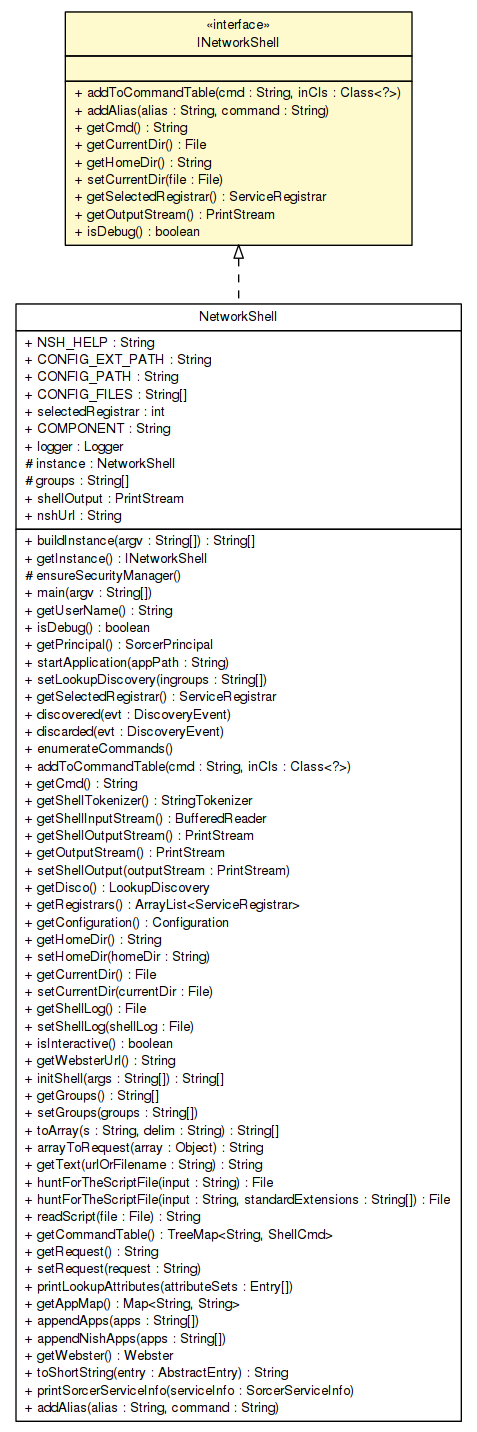
This is apidocs/sorcer/tools/shell/INetworkShell.png from sorcersoft/sorcersoft.github.io, a Graphviz export, as it was before one commit. Its source is kept beside it as apidocs/sorcer/tools/shell/INetworkShell.dot.
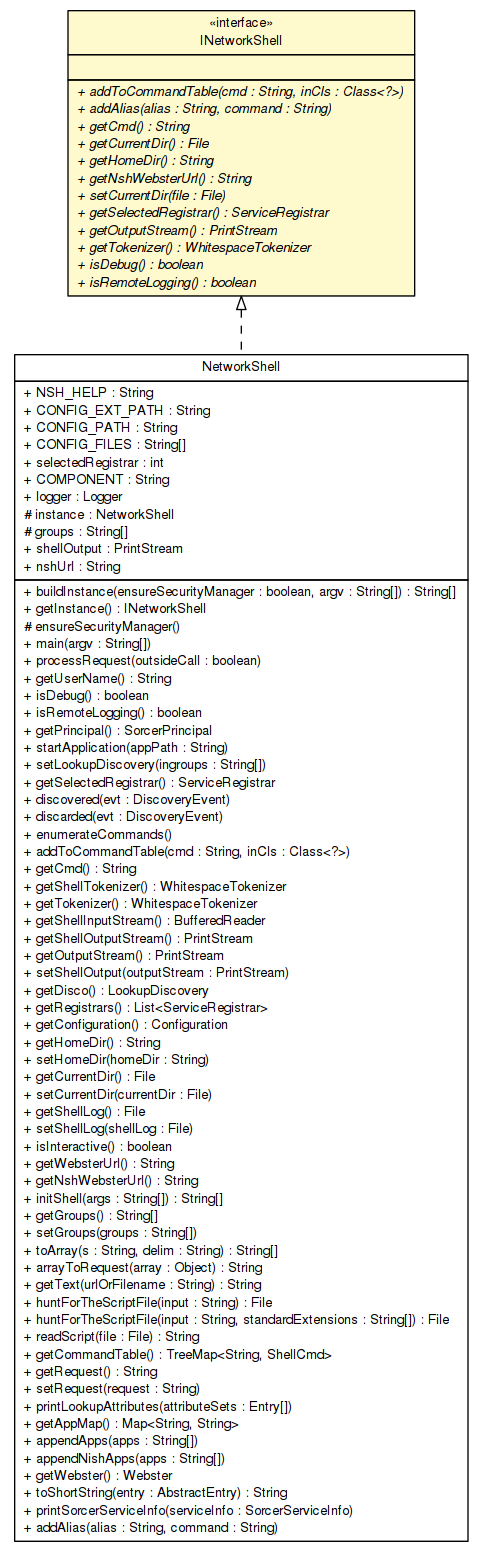
Later version of the same file.

Change to the diagram source:
```diff
@@ -4,7 +4,7 @@
 	node [fontname="Helvetica",fontsize=10,shape=plaintext];
 	nodesep=0.25;
 	ranksep=0.5;
-	c268089 [label=<<table title="sorcer.tools.shell.NetworkShell" border="0" cellborder="1" cellspacing="0" cellpadding="2" port="p" href="./NetworkShell.html">
+	c282942 [label=<<table title="sorcer.tools.shell.NetworkShell" border="0" cellborder="1" cellspacing="0" cellpadding="2" port="p" href="./NetworkShell.html">
 		<tr><td><table border="0" cellspacing="0" cellpadding="1">
 <tr><td align="center" balign="center"> NetworkShell </td></tr>
 		</table></td></tr>
@@ -22,12 +22,14 @@
 <tr><td align="left" balign="left"> + nshUrl : String </td></tr>
 		</table></td></tr>
 		<tr><td><table border="0" cellspacing="0" cellpadding="1">
-<tr><td align="left" balign="left"> + buildInstance(argv : String[]) : String[] </td></tr>
+<tr><td align="left" balign="left"> + buildInstance(ensureSecurityManager : boolean, argv : String[]) : String[] </td></tr>
 <tr><td align="left" balign="left"> + getInstance() : INetworkShell </td></tr>
 <tr><td align="left" balign="left"> # ensureSecurityManager() </td></tr>
 <tr><td align="left" balign="left"> + main(argv : String[]) </td></tr>
+<tr><td align="left" balign="left"> + processRequest(outsideCall : boolean) </td></tr>
 <tr><td align="left" balign="left"> + getUserName() : String </td></tr>
 <tr><td align="left" balign="left"> + isDebug() : boolean </td></tr>
+<tr><td align="left" balign="left"> + isRemoteLogging() : boolean </td></tr>
 <tr><td align="left" balign="left"> + getPrincipal() : SorcerPrincipal </td></tr>
 <tr><td align="left" balign="left"> + startApplication(appPath : String) </td></tr>
 <tr><td align="left" balign="left"> + setLookupDiscovery(ingroups : String[]) </td></tr>
@@ -37,13 +39,14 @@
 <tr><td align="left" balign="left"> + enumerateCommands() </td></tr>
 <tr><td align="left" balign="left"> + addToCommandTable(cmd : String, inCls : Class&lt;?&gt;) </td></tr>
 <tr><td align="left" balign="left"> + getCmd() : String </td></tr>
-<tr><td align="left" balign="left"> + getShellTokenizer() : StringTokenizer </td></tr>
+<tr><td align="left" balign="left"> + getShellTokenizer() : WhitespaceTokenizer </td></tr>
+<tr><td align="left" balign="left"> + getTokenizer() : WhitespaceTokenizer </td></tr>
 <tr><td align="left" balign="left"> + getShellInputStream() : BufferedReader </td></tr>
 <tr><td align="left" balign="left"> + getShellOutputStream() : PrintStream </td></tr>
 <tr><td align="left" balign="left"> + getOutputStream() : PrintStream </td></tr>
 <tr><td align="left" balign="left"> + setShellOutput(outputStream : PrintStream) </td></tr>
 <tr><td align="left" balign="left"> + getDisco() : LookupDiscovery </td></tr>
-<tr><td align="left" balign="left"> + getRegistrars() : ArrayList&lt;ServiceRegistrar&gt; </td></tr>
+<tr><td align="left" balign="left"> + getRegistrars() : List&lt;ServiceRegistrar&gt; </td></tr>
 <tr><td align="left" balign="left"> + getConfiguration() : Configuration </td></tr>
 <tr><td align="left" balign="left"> + getHomeDir() : String </td></tr>
 <tr><td align="left" balign="left"> + setHomeDir(homeDir : String) </td></tr>
@@ -53,6 +56,7 @@
 <tr><td align="left" balign="left"> + setShellLog(shellLog : File) </td></tr>
 <tr><td align="left" balign="left"> + isInteractive() : boolean </td></tr>
 <tr><td align="left" balign="left"> + getWebsterUrl() : String </td></tr>
+<tr><td align="left" balign="left"> + getNshWebsterUrl() : String </td></tr>
 <tr><td align="left" balign="left"> + initShell(args : String[]) : String[] </td></tr>
 <tr><td align="left" balign="left"> + getGroups() : String[] </td></tr>
 <tr><td align="left" balign="left"> + setGroups(groups : String[]) </td></tr>
@@ -75,7 +79,7 @@
 <tr><td align="left" balign="left"> + addAlias(alias : String, command : String) </td></tr>
 		</table></td></tr>
 		</table>>, URL="./NetworkShell.html", fontname="Helvetica", fontcolor="black", fontsize=10.0];
-	c268099 [label=<<table title="sorcer.tools.shell.INetworkShell" border="0" cellborder="1" cellspacing="0" cellpadding="2" port="p" bgcolor="lemonChiffon" href="./INetworkShell.html">
+	c282951 [label=<<table title="sorcer.tools.shell.INetworkShell" border="0" cellborder="1" cellspacing="0" cellpadding="2" port="p" bgcolor="lemonChiffon" href="./INetworkShell.html">
 		<tr><td><table border="0" cellspacing="0" cellpadding="1">
 <tr><td align="center" balign="center"> &#171;interface&#187; </td></tr>
 <tr><td align="center" balign="center"> INetworkShell </td></tr>
@@ -84,16 +88,19 @@
 <tr><td align="left" balign="left">  </td></tr>
 		</table></td></tr>
 		<tr><td><table border="0" cellspacing="0" cellpadding="1">
-<tr><td align="left" balign="left"> + addToCommandTable(cmd : String, inCls : Class&lt;?&gt;) </td></tr>
-<tr><td align="left" balign="left"> + addAlias(alias : String, command : String) </td></tr>
-<tr><td align="left" balign="left"> + getCmd() : String </td></tr>
-<tr><td align="left" balign="left"> + getCurrentDir() : File </td></tr>
-<tr><td align="left" balign="left"> + getHomeDir() : String </td></tr>
-<tr><td align="left" balign="left"> + setCurrentDir(file : File) </td></tr>
-<tr><td align="left" balign="left"> + getSelectedRegistrar() : ServiceRegistrar </td></tr>
-<tr><td align="left" balign="left"> + getOutputStream() : PrintStream </td></tr>
-<tr><td align="left" balign="left"> + isDebug() : boolean </td></tr>
+<tr><td align="left" balign="left"><font face="Helvetica-Oblique" point-size="10.0"> + addToCommandTable(cmd : String, inCls : Class&lt;?&gt;) </font></td></tr>
+<tr><td align="left" balign="left"><font face="Helvetica-Oblique" point-size="10.0"> + addAlias(alias : String, command : String) </font></td></tr>
+<tr><td align="left" balign="left"><font face="Helvetica-Oblique" point-size="10.0"> + getCmd() : String </font></td></tr>
+<tr><td align="left" balign="left"><font face="Helvetica-Oblique" point-size="10.0"> + getCurrentDir() : File </font></td></tr>
+<tr><td align="left" balign="left"><font face="Helvetica-Oblique" point-size="10.0"> + getHomeDir() : String </font></td></tr>
+<tr><td align="left" balign="left"><font face="Helvetica-Oblique" point-size="10.0"> + getNshWebsterUrl() : String </font></td></tr>
+<tr><td align="left" balign="left"><font face="Helvetica-Oblique" point-size="10.0"> + setCurrentDir(file : File) </font></td></tr>
+<tr><td align="left" balign="left"><font face="Helvetica-Oblique" point-size="10.0"> + getSelectedRegistrar() : ServiceRegistrar </font></td></tr>
+<tr><td align="left" balign="left"><font face="Helvetica-Oblique" point-size="10.0"> + getOutputStream() : PrintStream </font></td></tr>
+<tr><td align="left" balign="left"><font face="Helvetica-Oblique" point-size="10.0"> + getTokenizer() : WhitespaceTokenizer </font></td></tr>
+<tr><td align="left" balign="left"><font face="Helvetica-Oblique" point-size="10.0"> + isDebug() : boolean </font></td></tr>
+<tr><td align="left" balign="left"><font face="Helvetica-Oblique" point-size="10.0"> + isRemoteLogging() : boolean </font></td></tr>
 		</table></td></tr>
 		</table>>, URL="./INetworkShell.html", fontname="Helvetica", fontcolor="black", fontsize=10.0];
-	c268099:p -> c268089:p [dir=back,arrowtail=empty,style=dashed];
+	c282951:p -> c282942:p [dir=back,arrowtail=empty,style=dashed];
 }
```
